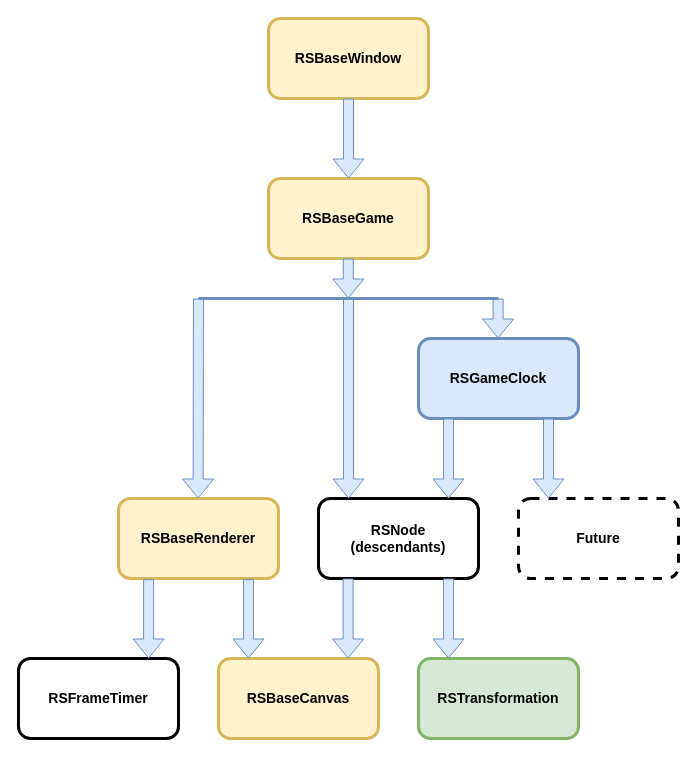
The draw.io diagram RSGameDemo/_Lego Principle/RSGameClock.drawio in RockStar-Programming/RSGameDemo, before the edit. Source tidied: cells renumbered, new cells numbered last; positions are measured from the earlier drawing's top-left corner, leaving out a move shared by most shapes. Both pictures are drawn from the tidied source at 100%, with x=0, y=0 at pixel (18, 18).
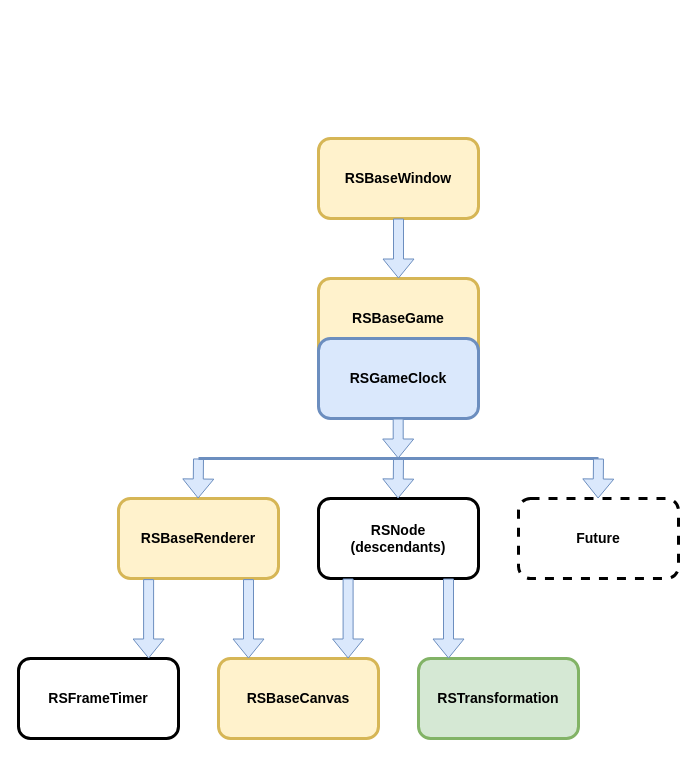
Above is the later version.

What changed in the source:
```diff
@@
     <mxCell id="2" value="&lt;font style=&quot;font-size: 14px;&quot;&gt;&lt;b&gt;RSBaseWindow&lt;/b&gt;&lt;/font&gt;" style="rounded=1;whiteSpace=wrap;html=1;strokeWidth=3;fillColor=#fff2cc;strokeColor=#d6b656;" parent="1" vertex="1">
-      <mxGeometry x="250" width="160" height="80" as="geometry" />
+      <mxGeometry x="300" y="120" width="160" height="80" as="geometry" />
     </mxCell>
     <mxCell id="3" value="&lt;b&gt;&lt;font style=&quot;font-size: 14px;&quot;&gt;RSBaseGame&lt;/font&gt;&lt;/b&gt;" style="rounded=1;whiteSpace=wrap;html=1;strokeWidth=3;fillColor=#fff2cc;strokeColor=#d6b656;" parent="1" vertex="1">
-      <mxGeometry x="250" y="160" width="160" height="80" as="geometry" />
+      <mxGeometry x="300" y="260" width="160" height="80" as="geometry" />
     </mxCell>
-    <mxCell id="4" style="shape=flexArrow;endArrow=classic;html=1;rounded=0;exitX=0.5;exitY=1;exitDx=0;exitDy=0;entryX=0.5;entryY=0;entryDx=0;entryDy=0;fillColor=#dae8fc;strokeColor=#6c8ebf;" parent="1" edge="1" source="2" target="3">
-      <mxGeometry relative="1" as="geometry" />
+    <mxCell id="4" style="shape=flexArrow;endArrow=classic;html=1;rounded=0;entryX=0.5;entryY=0;entryDx=0;entryDy=0;fillColor=#dae8fc;strokeColor=#6c8ebf;" parent="1" edge="1" target="3">
+      <mxGeometry relative="1" as="geometry">
+        <mxPoint x="380" y="200" as="sourcePoint" />
+      </mxGeometry>
     </mxCell>
@@
     <mxCell id="8" value="&lt;font style=&quot;font-size: 14px;&quot;&gt;&lt;b&gt;RSGameClock&lt;/b&gt;&lt;/font&gt;" style="rounded=1;whiteSpace=wrap;html=1;strokeWidth=3;fillColor=#dae8fc;strokeColor=#6c8ebf;" parent="1" vertex="1">
-      <mxGeometry x="400" y="320" width="160" height="80" as="geometry" />
+      <mxGeometry x="300" y="320" width="160" height="80" as="geometry" />
     </mxCell>
@@
     <mxCell id="12" style="shape=flexArrow;endArrow=classic;html=1;rounded=0;entryX=0.5;entryY=0;entryDx=0;entryDy=0;fillColor=#dae8fc;strokeColor=#6c8ebf;" parent="1" edge="1">
       <mxGeometry relative="1" as="geometry">
-        <mxPoint x="330" y="280" as="sourcePoint" />
-        <mxPoint x="330" y="480" as="targetPoint" />
+        <mxPoint x="380" y="440" as="sourcePoint" />
+        <mxPoint x="379.6" y="480" as="targetPoint" />
       </mxGeometry>
     </mxCell>
     <mxCell id="13" style="shape=flexArrow;endArrow=classic;html=1;rounded=0;entryX=0.5;entryY=0;entryDx=0;entryDy=0;fillColor=#dae8fc;strokeColor=#6c8ebf;" parent="1" edge="1">
       <mxGeometry relative="1" as="geometry">
-        <mxPoint x="479.6" y="280" as="sourcePoint" />
-        <mxPoint x="479.6" y="320" as="targetPoint" />
+        <mxPoint x="379.7" y="400" as="sourcePoint" />
+        <mxPoint x="379.7" y="440" as="targetPoint" />
       </mxGeometry>
     </mxCell>
-    <mxCell id="14" style="shape=flexArrow;endArrow=classic;html=1;rounded=0;entryX=0.5;entryY=0;entryDx=0;entryDy=0;exitX=0.5;exitY=1;exitDx=0;exitDy=0;fillColor=#dae8fc;strokeColor=#6c8ebf;" parent="1" edge="1">
-      <mxGeometry relative="1" as="geometry">
-        <mxPoint x="430" y="400" as="sourcePoint" />
-        <mxPoint x="430" y="480" as="targetPoint" />
-      </mxGeometry>
-    </mxCell>
     <mxCell id="15" style="shape=flexArrow;endArrow=classic;html=1;rounded=0;entryX=0.5;entryY=0;entryDx=0;entryDy=0;fillColor=#dae8fc;strokeColor=#6c8ebf;" parent="1" edge="1">
       <mxGeometry relative="1" as="geometry">
-        <mxPoint x="180" y="280" as="sourcePoint" />
+        <mxPoint x="180" y="440" as="sourcePoint" />
         <mxPoint x="179.6" y="480" as="targetPoint" />
       </mxGeometry>
     </mxCell>
     <mxCell id="16" style="endArrow=none;html=1;rounded=0;fillColor=#dae8fc;strokeColor=#6c8ebf;strokeWidth=3;" parent="1" edge="1">
       <mxGeometry relative="1" as="geometry">
-        <mxPoint x="180" y="280" as="sourcePoint" />
-        <mxPoint x="480" y="280" as="targetPoint" />
+        <mxPoint x="180" y="440" as="sourcePoint" />
+        <mxPoint x="580" y="440" as="targetPoint" />
       </mxGeometry>
     </mxCell>
@@
-    <mxCell id="21" style="shape=flexArrow;endArrow=classic;html=1;rounded=0;entryX=0.5;entryY=0;entryDx=0;entryDy=0;exitX=0.5;exitY=1;exitDx=0;exitDy=0;fillColor=#dae8fc;strokeColor=#6c8ebf;" parent="1" edge="1">
+    <mxCell id="21" style="shape=flexArrow;endArrow=classic;html=1;rounded=0;entryX=0.5;entryY=0;entryDx=0;entryDy=0;fillColor=#dae8fc;strokeColor=#6c8ebf;" parent="1" edge="1">
       <mxGeometry relative="1" as="geometry">
-        <mxPoint x="530" y="400" as="sourcePoint" />
-        <mxPoint x="530" y="480" as="targetPoint" />
+        <mxPoint x="580" y="440" as="sourcePoint" />
+        <mxPoint x="579.6" y="480" as="targetPoint" />
       </mxGeometry>
     </mxCell>
-    <mxCell id="22" style="shape=flexArrow;endArrow=classic;html=1;rounded=0;entryX=0.5;entryY=0;entryDx=0;entryDy=0;fillColor=#dae8fc;strokeColor=#6c8ebf;" parent="1" edge="1">
-      <mxGeometry relative="1" as="geometry">
-        <mxPoint x="329.8" y="240" as="sourcePoint" />
-        <mxPoint x="329.8" y="280" as="targetPoint" />
-      </mxGeometry>
-    </mxCell>
```
